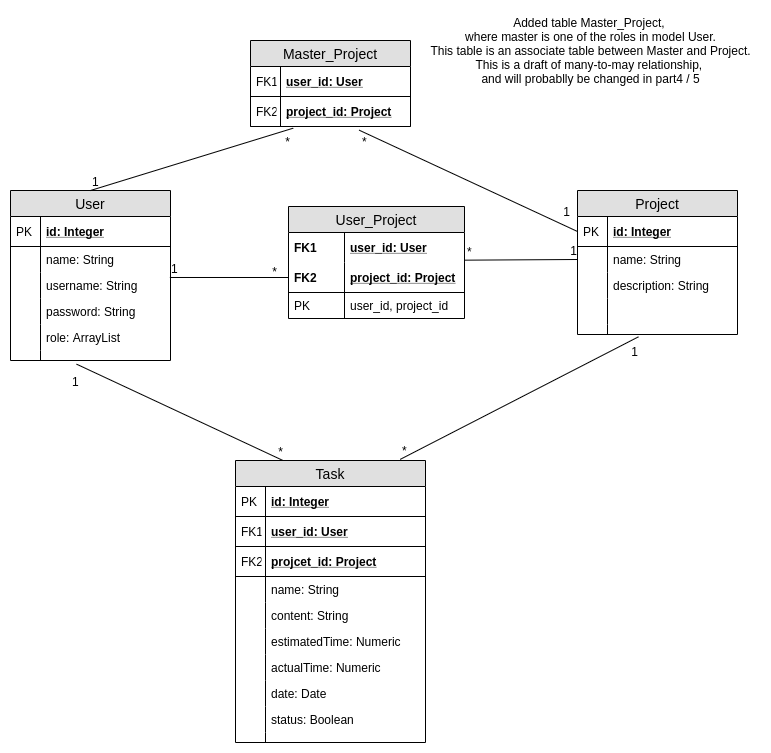
Above: documentation/tietokantakaavio.png in lchz/projektin_tyoaikaseuranta (draw.io), before the change. Source tidied: cells renumbered, new cells last; positions are measured from the earlier drawing's top-left corner, leaving out a move shared by most shapes.
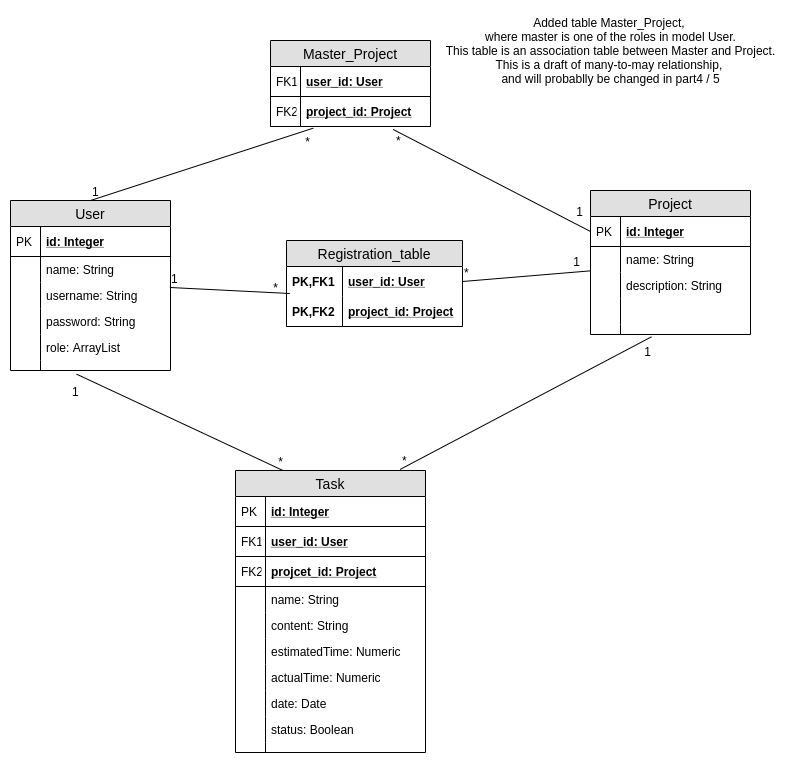
After the commit.

The edit, as a diff of the source:
```diff
@@ -42,7 +42,7 @@
       <mxGeometry width="30" height="10" as="geometry" />
     </mxCell>
     <mxCell id="15" value="Project" style="swimlane;fontStyle=0;horizontal=1;startSize=26;fillColor=#e0e0e0;swimlaneFillColor=#ffffff;align=center;fontSize=14;" parent="1" vertex="1">
-      <mxGeometry x="567" y="180" width="160" height="144" as="geometry" />
+      <mxGeometry x="580" y="170" width="160" height="144" as="geometry" />
     </mxCell>
     <mxCell id="16" value="id: Integer" style="shape=partialRectangle;top=0;left=0;right=0;bottom=1;align=left;verticalAlign=middle;fillColor=none;spacingLeft=34;spacingRight=4;overflow=hidden;points=[[0,0.5],[1,0.5]];portConstraint=eastwest;fontStyle=5;fontSize=12;" parent="15" vertex="1">
       <mxGeometry y="26" width="160" height="30" as="geometry" />
@@ -138,7 +138,7 @@
       <mxGeometry width="30" height="10" as="geometry" />
     </mxCell>
     <mxCell id="47" value="Master_Project" style="swimlane;fontStyle=0;horizontal=1;startSize=26;fillColor=#e0e0e0;swimlaneFillColor=#ffffff;align=center;fontSize=14;" parent="1" vertex="1">
-      <mxGeometry x="240" y="30" width="160" height="86" as="geometry" />
+      <mxGeometry x="260" y="20" width="160" height="86" as="geometry" />
     </mxCell>
     <mxCell id="48" value="user_id: User" style="shape=partialRectangle;top=0;left=0;right=0;bottom=1;align=left;verticalAlign=middle;fillColor=none;spacingLeft=34;spacingRight=4;overflow=hidden;fontStyle=5;fontSize=12;" parent="47" vertex="1">
       <mxGeometry y="26" width="160" height="30" as="geometry" />
@@ -152,31 +152,25 @@
     <mxCell id="51" value="FK2" style="shape=partialRectangle;top=0;left=0;bottom=0;fillColor=none;align=left;verticalAlign=middle;spacingLeft=4;spacingRight=4;overflow=hidden;fontSize=12;" parent="50" vertex="1">
       <mxGeometry width="30" height="30" as="geometry" />
     </mxCell>
-    <mxCell id="52" value="Added table Master_Project,&amp;nbsp;&lt;br&gt;where master is one of the roles in model User.&lt;br&gt;This table is an associate table between Master and Project.&lt;br&gt;This is a draft of many-to-may relationship, &lt;br&gt;and will probablly be changed in part4 / 5" style="text;html=1;align=center;verticalAlign=middle;" parent="1" vertex="1">
-      <mxGeometry x="410" width="340" height="80" as="geometry" />
+    <mxCell id="52" value="Added table Master_Project,&amp;nbsp;&lt;br&gt;where master is one of the roles in model User.&lt;br&gt;This table is an association table between Master and Project.&lt;br&gt;This is a draft of many-to-may relationship, &lt;br&gt;and will probablly be changed in part4 / 5" style="text;html=1;align=center;verticalAlign=middle;" parent="1" vertex="1">
+      <mxGeometry x="430" y="-10" width="340" height="80" as="geometry" />
     </mxCell>
-    <mxCell id="53" value="User_Project" style="swimlane;fontStyle=0;horizontal=1;startSize=26;fillColor=#e0e0e0;swimlaneFillColor=#ffffff;align=center;fontSize=14;" parent="1" vertex="1">
-      <mxGeometry x="278" y="196" width="176" height="112" as="geometry" />
+    <mxCell id="53" value="Registration_table" style="swimlane;fontStyle=0;horizontal=1;startSize=26;fillColor=#e0e0e0;swimlaneFillColor=#ffffff;align=center;fontSize=14;" parent="1" vertex="1">
+      <mxGeometry x="276" y="220" width="176" height="86" as="geometry" />
     </mxCell>
     <mxCell id="54" value="user_id: User" style="shape=partialRectangle;top=0;left=0;right=0;bottom=0;align=left;verticalAlign=middle;fillColor=none;spacingLeft=60;spacingRight=4;overflow=hidden;points=[[0,0.5],[1,0.5]];portConstraint=eastwest;fontStyle=5;fontSize=12;" parent="53" vertex="1">
       <mxGeometry y="26" width="176" height="30" as="geometry" />
     </mxCell>
-    <mxCell id="55" value="FK1" style="shape=partialRectangle;fontStyle=1;top=0;left=0;bottom=0;fillColor=none;align=left;verticalAlign=middle;spacingLeft=4;spacingRight=4;overflow=hidden;fontSize=12;" parent="54" vertex="1">
+    <mxCell id="55" value="PK,FK1" style="shape=partialRectangle;fontStyle=1;top=0;left=0;bottom=0;fillColor=none;align=left;verticalAlign=middle;spacingLeft=4;spacingRight=4;overflow=hidden;fontSize=12;" parent="54" vertex="1">
       <mxGeometry width="56" height="30" as="geometry" />
     </mxCell>
     <mxCell id="56" value="project_id: Project" style="shape=partialRectangle;top=0;left=0;right=0;bottom=1;align=left;verticalAlign=middle;fillColor=none;spacingLeft=60;spacingRight=4;overflow=hidden;points=[[0,0.5],[1,0.5]];portConstraint=eastwest;fontStyle=5;fontSize=12;" parent="53" vertex="1">
       <mxGeometry y="56" width="176" height="30" as="geometry" />
     </mxCell>
-    <mxCell id="57" value="FK2" style="shape=partialRectangle;fontStyle=1;top=0;left=0;bottom=0;fillColor=none;align=left;verticalAlign=middle;spacingLeft=4;spacingRight=4;overflow=hidden;fontSize=12;" parent="56" vertex="1">
+    <mxCell id="57" value="PK,FK2" style="shape=partialRectangle;fontStyle=1;top=0;left=0;bottom=0;fillColor=none;align=left;verticalAlign=middle;spacingLeft=4;spacingRight=4;overflow=hidden;fontSize=12;" parent="56" vertex="1">
       <mxGeometry width="56" height="30" as="geometry" />
     </mxCell>
-    <mxCell id="58" value="user_id, project_id" style="shape=partialRectangle;top=0;left=0;right=0;bottom=0;align=left;verticalAlign=top;fillColor=none;spacingLeft=60;spacingRight=4;overflow=hidden;fontSize=12;" parent="53" vertex="1">
-      <mxGeometry y="86" width="176" height="26" as="geometry" />
-    </mxCell>
-    <mxCell id="59" value="PK" style="shape=partialRectangle;top=0;left=0;bottom=0;fillColor=none;align=left;verticalAlign=top;spacingLeft=4;spacingRight=4;overflow=hidden;fontSize=12;" parent="58" vertex="1">
-      <mxGeometry width="56" height="26" as="geometry" />
-    </mxCell>
-    <mxCell id="60" style="endArrow=none;html=1;rounded=0;exitX=0.996;exitY=0.192;exitDx=0;exitDy=0;exitPerimeter=0;entryX=0;entryY=0.5;entryDx=0;entryDy=0;" parent="1" edge="1" source="7" target="56">
+    <mxCell id="60" style="endArrow=none;html=1;rounded=0;exitX=0.996;exitY=0.192;exitDx=0;exitDy=0;exitPerimeter=0;entryX=0.019;entryY=-0.1;entryDx=0;entryDy=0;entryPerimeter=0;" parent="1" edge="1" source="7" target="56">
       <mxGeometry relative="1" as="geometry" />
     </mxCell>
     <mxCell id="61" value="1" style="html=1;align=left;verticalAlign=bottom;" parent="60" vertex="1">
@@ -187,16 +181,18 @@
         <mxPoint x="-11.4" y="3" as="offset" />
       </mxGeometry>
     </mxCell>
-    <mxCell id="63" style="endArrow=none;html=1;rounded=0;entryX=0;entryY=0.5;entryDx=0;entryDy=0;exitX=1.004;exitY=0.922;exitDx=0;exitDy=0;exitPerimeter=0;" parent="1" edge="1" source="54" target="18">
+    <mxCell id="63" style="endArrow=none;html=1;rounded=0;exitX=1;exitY=0.5;exitDx=0;exitDy=0;entryX=0;entryY=0.936;entryDx=0;entryDy=0;entryPerimeter=0;" parent="1" edge="1" source="54" target="18">
       <mxGeometry relative="1" as="geometry" />
     </mxCell>
     <mxCell id="64" value="*" style="html=1;align=left;verticalAlign=bottom;" parent="63" vertex="1">
       <mxGeometry x="-1" relative="1" as="geometry" />
     </mxCell>
     <mxCell id="65" value="1" style="html=1;align=right;verticalAlign=bottom;" parent="63" vertex="1">
-      <mxGeometry x="1" relative="1" as="geometry" />
+      <mxGeometry x="1" relative="1" as="geometry">
+        <mxPoint x="-9.6" as="offset" />
+      </mxGeometry>
     </mxCell>
-    <mxCell id="66" style="endArrow=none;html=1;rounded=0;exitX=0.679;exitY=1.122;exitDx=0;exitDy=0;exitPerimeter=0;entryX=0;entryY=0.5;entryDx=0;entryDy=0;" parent="1" edge="1" source="50" target="16">
+    <mxCell id="66" style="endArrow=none;html=1;rounded=0;exitX=0.767;exitY=1.1;exitDx=0;exitDy=0;exitPerimeter=0;entryX=0;entryY=0.5;entryDx=0;entryDy=0;" parent="1" edge="1" source="50" target="16">
       <mxGeometry relative="1" as="geometry" />
     </mxCell>
     <mxCell id="67" value="*" style="html=1;align=left;verticalAlign=bottom;" parent="66" vertex="1">
```
